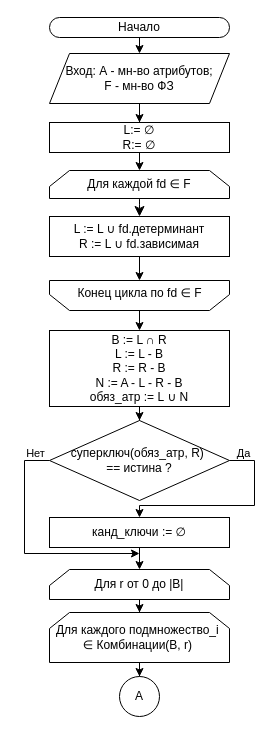
Before: page "Страница — 1" (1 of 2) of ключи1.drawio in sampletext117/auto_normalization, a draw.io diagram. Source tidied: cells renumbered, new cells numbered last; positions are measured from the earlier drawing's top-left corner, leaving out a move shared by most shapes. Both pictures are drawn from the tidied source at 100%, with x=0, y=0 at pixel (24, 17).
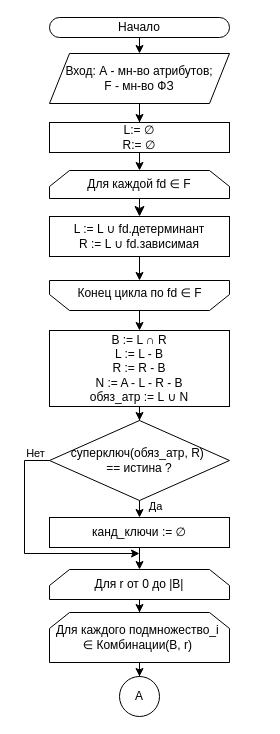
The same page after the edit.

Unchanged cells that the change refers to:
```xml
<mxCell id="18" value="суперключ(обяз_атр, R)&amp;nbsp;&lt;div&gt;== истина ?&lt;/div&gt;" style="rhombus;whiteSpace=wrap;html=1;" parent="1" vertex="1">
  <mxGeometry x="25" y="403" width="180" height="80" as="geometry" />
</mxCell>
<mxCell id="20" value="канд_ключи := ∅" style="rounded=0;whiteSpace=wrap;html=1;" parent="1" vertex="1">
  <mxGeometry x="25" y="500" width="180" height="30" as="geometry" />
</mxCell>
```

What changed in the source:
```diff
@@
-    <mxCell id="16" style="edgeStyle=orthogonalEdgeStyle;rounded=0;jettySize=auto;html=1;entryX=0.5;entryY=0;entryDx=0;entryDy=0;exitX=1;exitY=0.5;exitDx=0;exitDy=0;" parent="1" edge="1" source="18" target="20">
+    <mxCell id="16" style="edgeStyle=orthogonalEdgeStyle;rounded=0;jettySize=auto;html=1;entryX=0.5;entryY=0;entryDx=0;entryDy=0;exitX=0.5;exitY=1;exitDx=0;exitDy=0;" parent="1" edge="1" source="18" target="20">
       <mxGeometry relative="1" as="geometry">
         <Array as="points">
-          <mxPoint x="230" y="443" />
-          <mxPoint x="230" y="488" />
-          <mxPoint x="115" y="488" />
+          <mxPoint x="115" y="483" />
+          <mxPoint x="115" y="483" />
         </Array>
       </mxGeometry>
     </mxCell>
@@
     <mxCell id="26" value="Да" style="edgeLabel;html=1;align=center;verticalAlign=middle;" parent="1" vertex="1">
-      <mxGeometry x="218" y="435" as="geometry" />
+      <mxGeometry x="130" y="488" as="geometry" />
     </mxCell>
```
